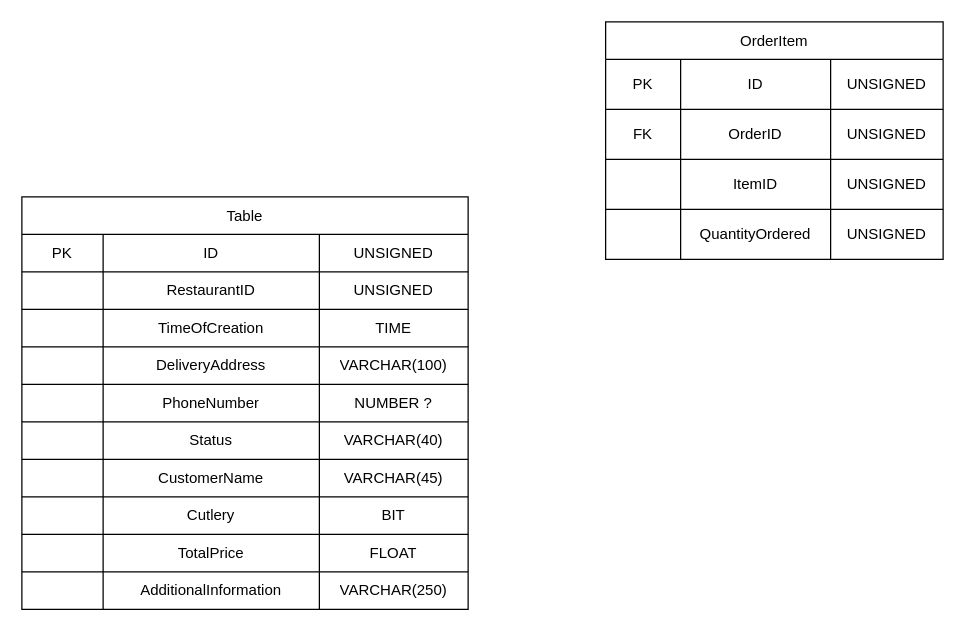
Earlier version of the draw.io diagram page "Model (Order mangement)" (5 of 7) of docs/model+ui+endpoints.drawio (Uber-Summer-Practice-Sofia-2022/uber-summer-practice-docs-faq). Source tidied: cells renumbered, new cells numbered last; positions are measured from the earlier drawing's top-left corner, leaving out a move shared by most shapes. Both pictures are drawn from the tidied source at 125%, with x=0, y=0 at pixel (21, 21).
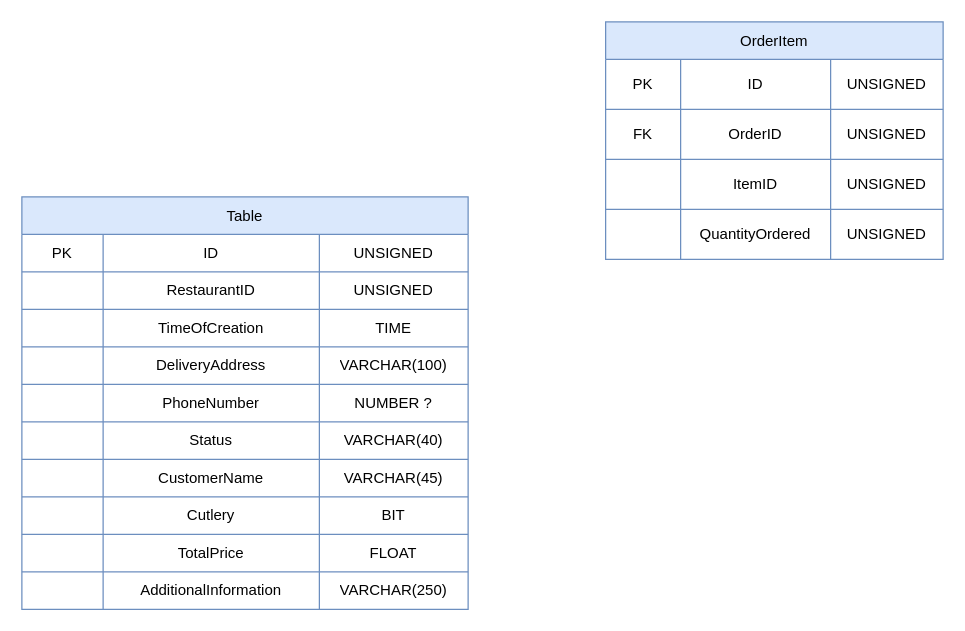
The same diagram, later.

Change to the diagram source:
```diff
@@
-    <mxCell id="2" value="Table" style="shape=table;startSize=30;childLayout=tableLayout;" parent="1" vertex="1">
+    <mxCell id="2" value="Table" style="shape=table;startSize=30;childLayout=tableLayout;fillColor=#dae8fc;strokeColor=#6c8ebf;" parent="1" vertex="1">
       <mxGeometry y="140" width="357" height="330" as="geometry" />
     </mxCell>
@@
-    <mxCell id="43" value="OrderItem" style="shape=table;startSize=30;childLayout=tableLayout;" parent="1" vertex="1">
+    <mxCell id="43" value="OrderItem" style="shape=table;startSize=30;childLayout=tableLayout;fillColor=#dae8fc;strokeColor=#6c8ebf;" parent="1" vertex="1">
       <mxGeometry x="467" width="270" height="190" as="geometry" />
     </mxCell>
```
